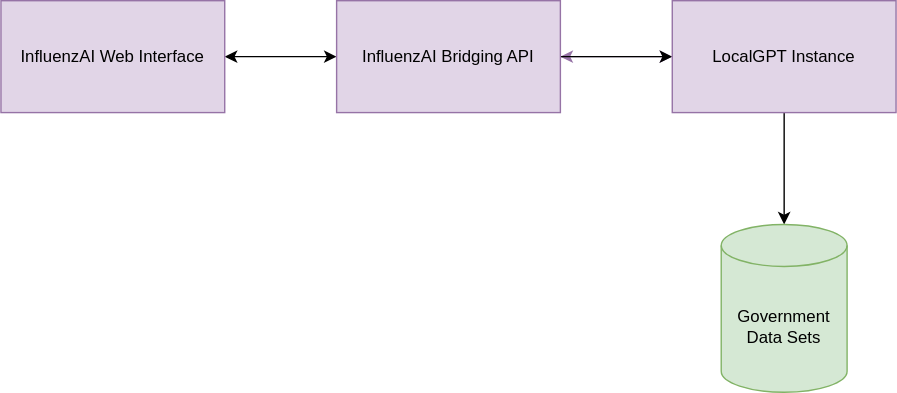
Above: doc/architecture.svg in MirisWisdom/influenzAI (draw.io), before the change. Source tidied: cells renumbered, new cells last; positions are measured from the earlier drawing's top-left corner, leaving out a move shared by most shapes.
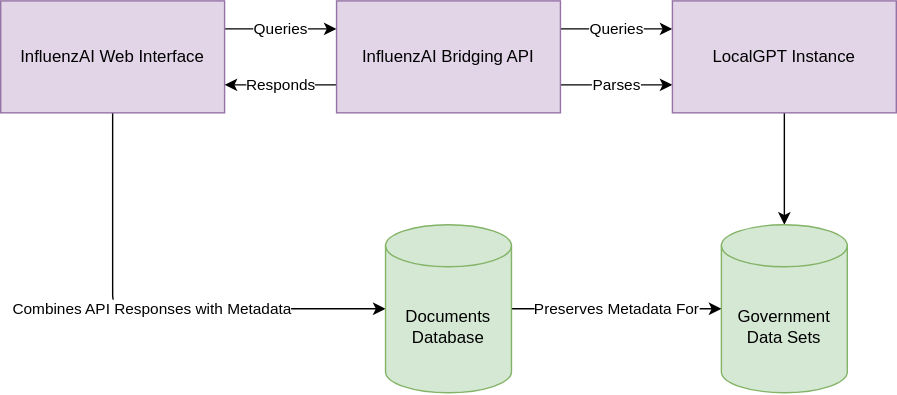
The same diagram one commit later.

Commit message:
Revise architecture & image assets

The edit, as a diff of the source:
```diff
@@ -2,18 +2,28 @@
   <root>
     <mxCell id="0" />
     <mxCell id="1" parent="0" />
+    <mxCell id="10" value="Combines API Responses with Metadata" style="edgeStyle=none;html=1;entryX=0;entryY=0.5;entryDx=0;entryDy=0;entryPerimeter=0;" parent="1" edge="1" source="3" target="15">
+      <mxGeometry relative="1" as="geometry">
+        <Array as="points">
+          <mxPoint x="80" y="220" />
+        </Array>
+      </mxGeometry>
+    </mxCell>
-    <mxCell id="2" style="edgeStyle=orthogonalEdgeStyle;rounded=0;jettySize=auto;html=1;entryX=0;entryY=0.5;entryDx=0;entryDy=0;startArrow=classic;startFill=1;" parent="1" edge="1" source="3" target="6">
+    <mxCell id="2" value="Queries" style="edgeStyle=none;html=1;exitX=1;exitY=0.25;exitDx=0;exitDy=0;entryX=0;entryY=0.25;entryDx=0;entryDy=0;" parent="1" edge="1" source="3" target="6">
       <mxGeometry relative="1" as="geometry" />
     </mxCell>
     <mxCell id="3" value="InfluenzAI Web Interface" style="rounded=0;whiteSpace=wrap;html=1;fillColor=#e1d5e7;strokeColor=#9673a6;" parent="1" vertex="1">
       <mxGeometry width="160" height="80" as="geometry" />
     </mxCell>
-    <mxCell id="4" style="edgeStyle=orthogonalEdgeStyle;rounded=0;jettySize=auto;html=1;entryX=0;entryY=0.5;entryDx=0;entryDy=0;startArrow=classic;startFill=1;fillColor=#e1d5e7;strokeColor=#9673a6;" parent="1" edge="1" source="6" target="8">
-      <mxGeometry relative="1" as="geometry" />
-    </mxCell>
-    <mxCell id="5" style="edgeStyle=orthogonalEdgeStyle;rounded=0;jettySize=auto;html=1;" parent="1" edge="1" source="6" target="8">
-      <mxGeometry relative="1" as="geometry" />
-    </mxCell>
+    <mxCell id="11" value="Queries" style="edgeStyle=none;html=1;exitX=1;exitY=0.25;exitDx=0;exitDy=0;entryX=0;entryY=0.25;entryDx=0;entryDy=0;" parent="1" edge="1" source="6" target="8">
+      <mxGeometry relative="1" as="geometry" />
+    </mxCell>
+    <mxCell id="12" value="Parses" style="edgeStyle=none;html=1;exitX=1;exitY=0.75;exitDx=0;exitDy=0;entryX=0;entryY=0.75;entryDx=0;entryDy=0;" parent="1" edge="1" source="6" target="8">
+      <mxGeometry relative="1" as="geometry" />
+    </mxCell>
+    <mxCell id="13" value="Responds" style="edgeStyle=none;html=1;exitX=0;exitY=0.75;exitDx=0;exitDy=0;entryX=1;entryY=0.75;entryDx=0;entryDy=0;" parent="1" edge="1" source="6" target="3">
+      <mxGeometry relative="1" as="geometry" />
+    </mxCell>
     <mxCell id="6" value="InfluenzAI Bridging API" style="rounded=0;whiteSpace=wrap;html=1;fillColor=#e1d5e7;strokeColor=#9673a6;" parent="1" vertex="1">
       <mxGeometry x="240" width="160" height="80" as="geometry" />
     </mxCell>
@@ -26,5 +36,11 @@
     <mxCell id="9" value="Government Data Sets" style="shape=cylinder3;whiteSpace=wrap;html=1;boundedLbl=1;backgroundOutline=1;size=15;fillColor=#d5e8d4;strokeColor=#82b366;" parent="1" vertex="1">
       <mxGeometry x="515" y="160" width="90" height="120" as="geometry" />
     </mxCell>
+    <mxCell id="14" value="Preserves Metadata For" style="edgeStyle=none;html=1;entryX=0;entryY=0.5;entryDx=0;entryDy=0;entryPerimeter=0;" parent="1" edge="1" source="15" target="9">
+      <mxGeometry relative="1" as="geometry" />
+    </mxCell>
+    <mxCell id="15" value="Documents Database" style="shape=cylinder3;whiteSpace=wrap;html=1;boundedLbl=1;backgroundOutline=1;size=15;fillColor=#d5e8d4;strokeColor=#82b366;" parent="1" vertex="1">
+      <mxGeometry x="275" y="160" width="90" height="120" as="geometry" />
+    </mxCell>
   </root>
 </mxGraphModel>
```
